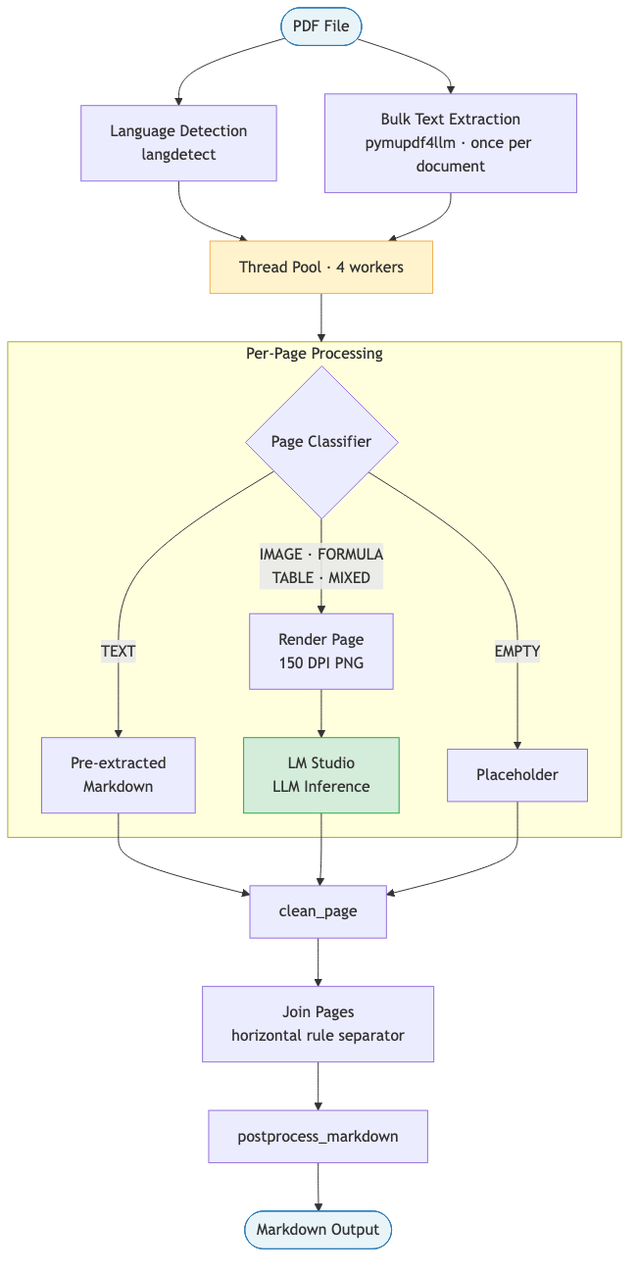
The Mermaid diagram Thesis_Paper/bilder/architecture.png in noormartini/pdf2md, before a commit. Its source is kept beside it as Thesis_Paper/diagrams/architecture.mmd.
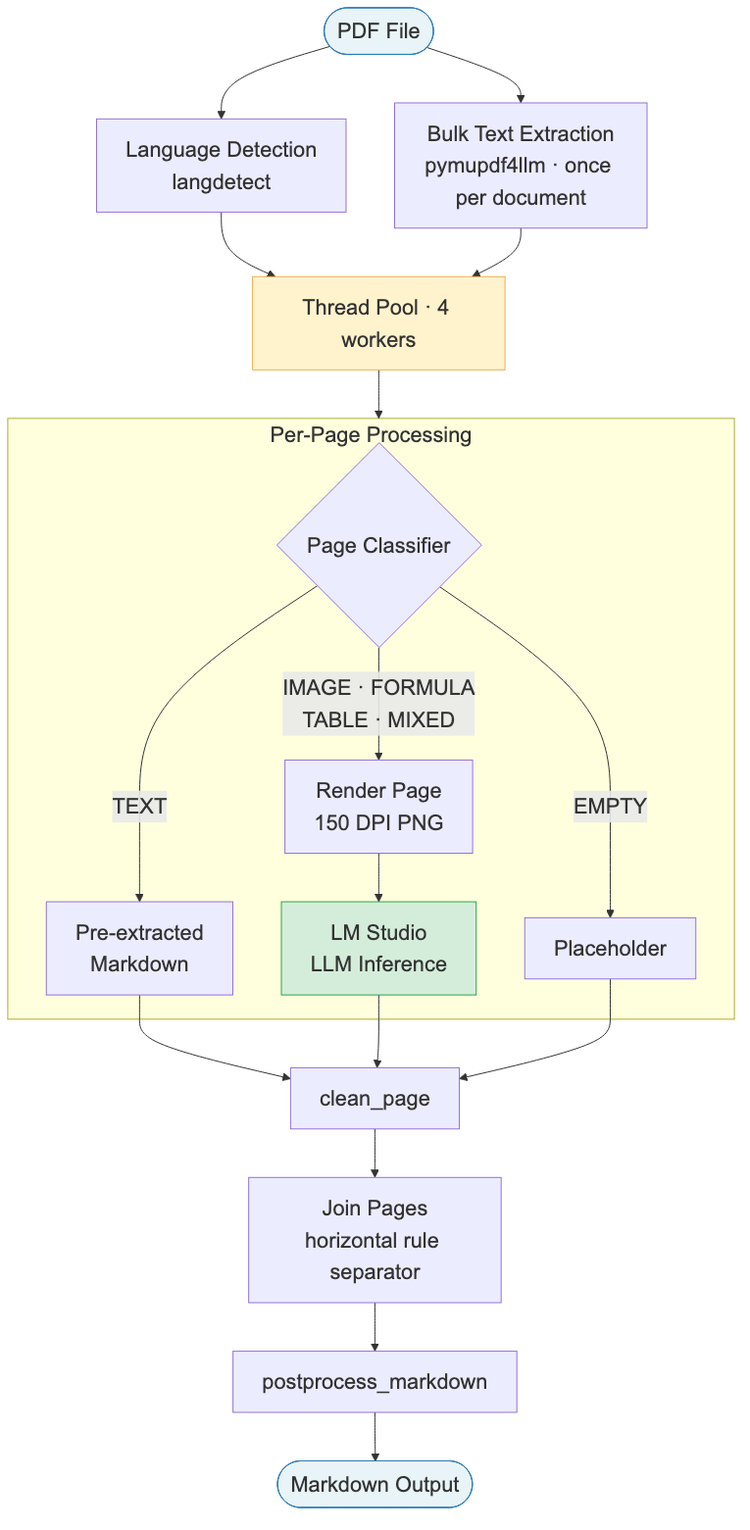
Later version of the same file.

Diff of the diagram source:
```diff
@@ -1,3 +1,4 @@
+%%{init: {'theme': 'default', 'themeVariables': {'fontSize': '22px', 'fontFamily': 'arial'}}}%%
 flowchart TD
     A([PDF File]) --> B[Language Detection\nlangdetect]
     A --> C[Bulk Text Extraction\npymupdf4llm · once per document]
```
